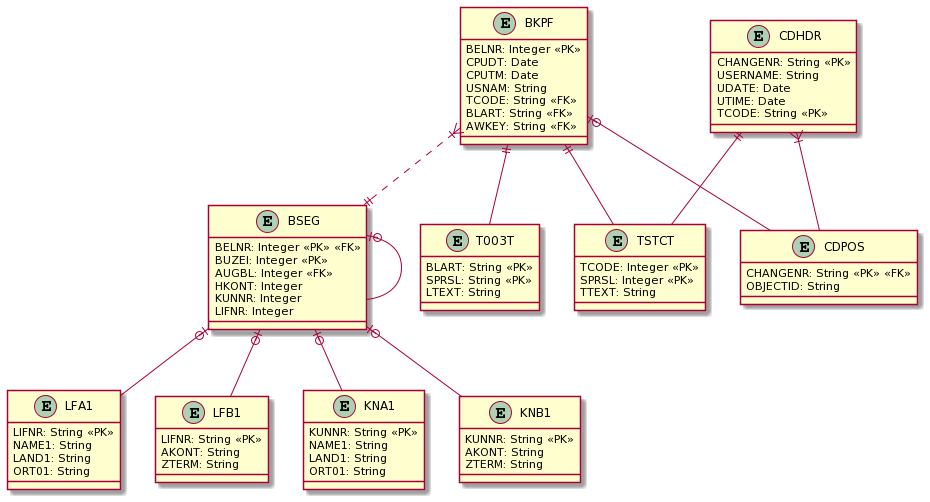
The PlantUML diagram static/bkpf.png in Javert899/sap-extractor, before a commit.
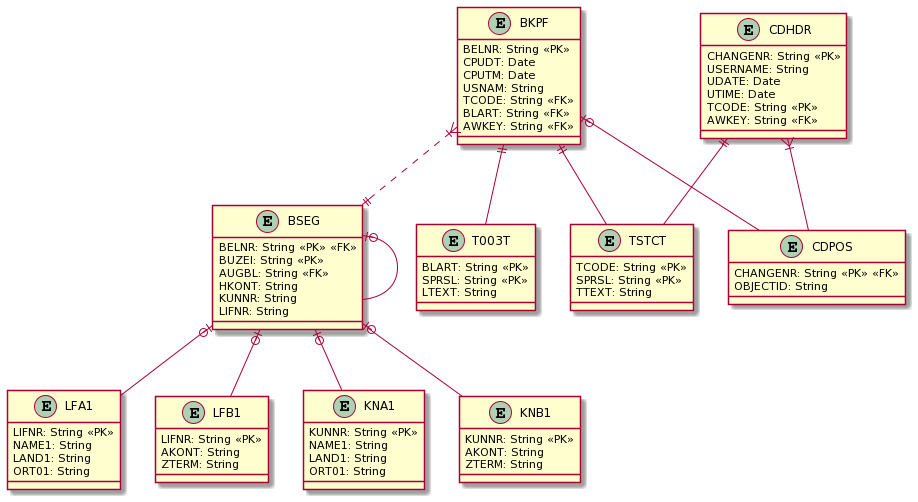
Above is the later version.

Diff of the diagram source:
```diff
@@ -1,6 +1,6 @@
 @startuml
 entity BKPF {
-    BELNR: Integer <<PK>>
+    BELNR: String <<PK>>
     CPUDT: Date
     CPUTM: Date
     USNAM: String
@@ -10,17 +10,17 @@
 }
 
 entity BSEG {
-    BELNR: Integer <<PK>> <<FK>>
-    BUZEI: Integer <<PK>>
-    AUGBL: Integer <<FK>>
-    HKONT: Integer
-    KUNNR: Integer
-    LIFNR: Integer
+    BELNR: String <<PK>> <<FK>>
+    BUZEI: String <<PK>>
+    AUGBL: String <<FK>>
+    HKONT: String
+    KUNNR: String
+    LIFNR: String
 }
 
 entity TSTCT {
-    TCODE: Integer <<PK>>
-    SPRSL: Integer <<PK>>
+    TCODE: String <<PK>>
+    SPRSL: String <<PK>>
     TTEXT: String
 }
 
@@ -62,6 +62,7 @@
     UDATE: Date
     UTIME: Date
     TCODE: String <<PK>>
+    AWKEY: String <<FK>>
 }
 
 entity CDPOS {
```
